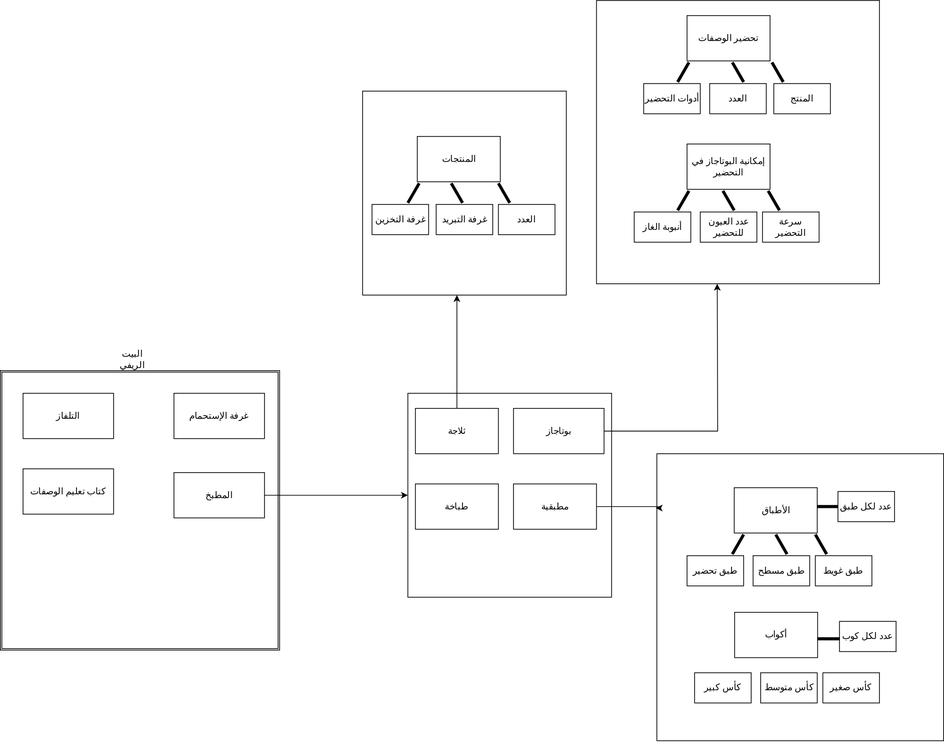
The draw.io diagram بيت الريف.svg in mahmoud-y0usef/chefo-uml, before a commit. Source tidied: cells renumbered, new cells last; positions are measured from the earlier drawing's top-left corner, leaving out a move shared by most shapes.
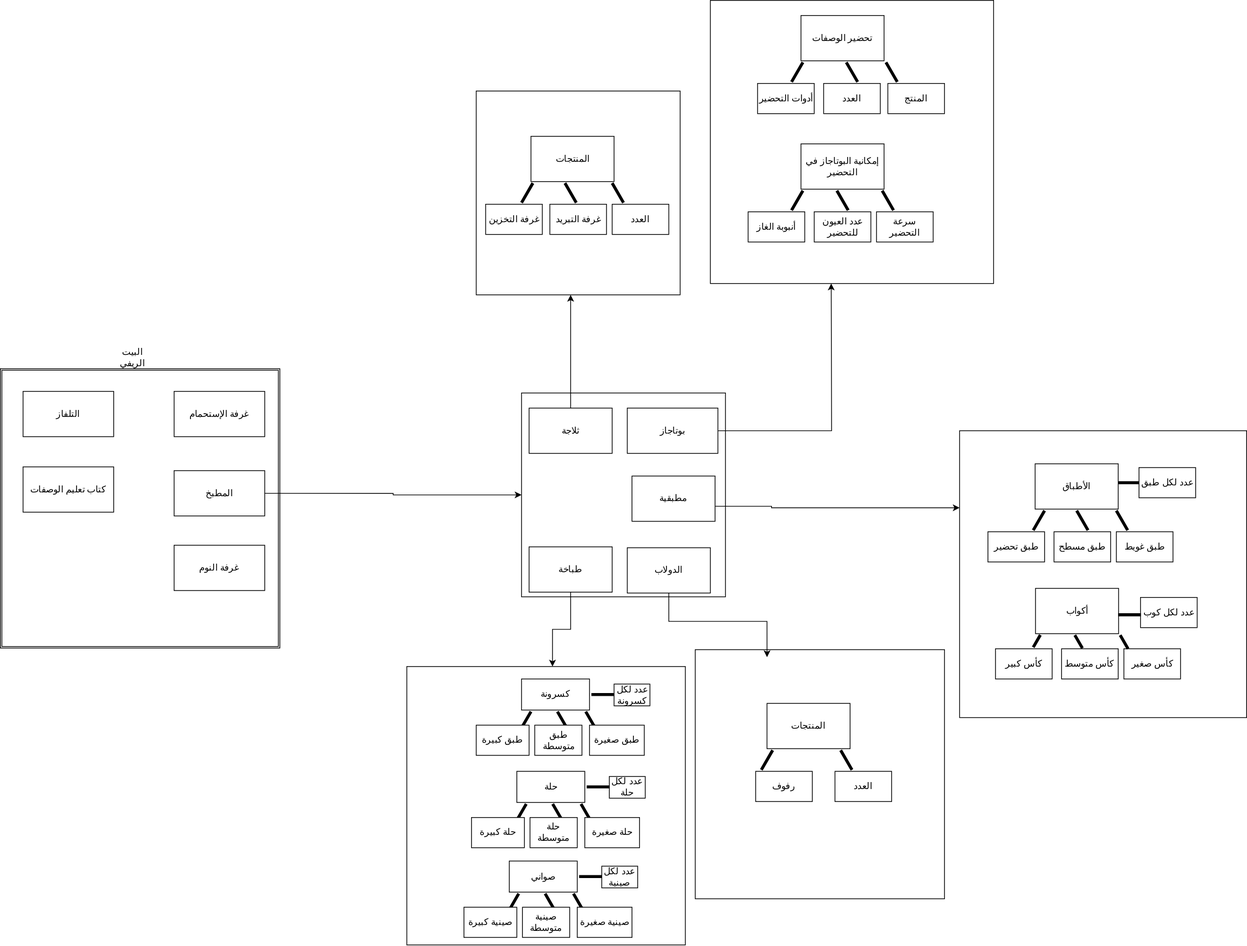
After the commit.

The edit, as a diff of the source:
```diff
@@ -3,25 +3,25 @@
     <mxCell id="0" />
     <mxCell id="1" parent="0" />
     <mxCell id="2" style="shape=ext;double=1;whiteSpace=wrap;html=1;labelBackgroundColor=none;" parent="1" vertex="1">
-      <mxGeometry y="490" width="370" height="370" as="geometry" />
+      <mxGeometry x="-150" y="487.9" width="370" height="370" as="geometry" />
     </mxCell>
     <mxCell id="3" value="البيت الريفي" style="text;html=1;strokeColor=none;fillColor=none;align=center;verticalAlign=middle;whiteSpace=wrap;rounded=0;labelBackgroundColor=none;" parent="1" vertex="1">
-      <mxGeometry x="145" y="460" width="60" height="30" as="geometry" />
+      <mxGeometry x="-5" y="457.9" width="60" height="30" as="geometry" />
     </mxCell>
     <mxCell id="4" value="غرفة الإستحمام" style="rounded=0;whiteSpace=wrap;html=1;labelBackgroundColor=none;" parent="1" vertex="1">
-      <mxGeometry x="230" y="520" width="120" height="60" as="geometry" />
+      <mxGeometry x="80" y="517.9" width="120" height="60" as="geometry" />
     </mxCell>
     <mxCell id="5" value="التلفاز" style="rounded=0;whiteSpace=wrap;html=1;labelBackgroundColor=none;" parent="1" vertex="1">
-      <mxGeometry x="30" y="520" width="120" height="60" as="geometry" />
+      <mxGeometry x="-120" y="517.9" width="120" height="60" as="geometry" />
     </mxCell>
     <mxCell id="6" style="edgeStyle=orthogonalEdgeStyle;rounded=0;jettySize=auto;html=1;exitX=1;exitY=0.5;exitDx=0;exitDy=0;entryX=0;entryY=0.5;entryDx=0;entryDy=0;labelBackgroundColor=none;fontColor=default;" parent="1" edge="1" source="7" target="10">
       <mxGeometry relative="1" as="geometry" />
     </mxCell>
     <mxCell id="7" value="المطبخ" style="rounded=0;whiteSpace=wrap;html=1;labelBackgroundColor=none;" parent="1" vertex="1">
-      <mxGeometry x="230" y="625" width="120" height="60" as="geometry" />
+      <mxGeometry x="80" y="622.9" width="120" height="60" as="geometry" />
     </mxCell>
     <mxCell id="8" value="كتاب تعليم الوصفات" style="rounded=0;whiteSpace=wrap;html=1;labelBackgroundColor=none;" parent="1" vertex="1">
-      <mxGeometry x="30" y="620" width="120" height="60" as="geometry" />
+      <mxGeometry x="-120" y="617.9" width="120" height="60" as="geometry" />
     </mxCell>
     <mxCell id="9" style="edgeStyle=orthogonalEdgeStyle;rounded=0;orthogonalLoop=1;jettySize=auto;html=1;exitX=0.5;exitY=1;exitDx=0;exitDy=0;labelBackgroundColor=none;fontColor=default;" parent="1" edge="1" source="2" target="2">
       <mxGeometry relative="1" as="geometry" />
@@ -58,10 +58,10 @@
       <mxGeometry x="910" y="20" width="110" height="60" as="geometry" />
     </mxCell>
     <mxCell id="19" value="طباخة" style="rounded=0;whiteSpace=wrap;html=1;labelBackgroundColor=none;" parent="1" vertex="1">
-      <mxGeometry x="550" y="640" width="110" height="60" as="geometry" />
+      <mxGeometry x="550" y="723.8" width="110" height="60" as="geometry" />
     </mxCell>
     <mxCell id="20" value="مطبقية" style="rounded=0;whiteSpace=wrap;html=1;labelBackgroundColor=none;" parent="1" vertex="1">
-      <mxGeometry x="680" y="640" width="110" height="60" as="geometry" />
+      <mxGeometry x="686.2" y="630" width="110" height="60" as="geometry" />
     </mxCell>
     <mxCell id="21" value="إمكانية البوتاجاز في التحضير" style="rounded=0;whiteSpace=wrap;html=1;labelBackgroundColor=none;" parent="1" vertex="1">
       <mxGeometry x="910" y="190" width="110" height="60" as="geometry" />
@@ -121,63 +121,191 @@
       <mxGeometry x="542.5" y="240" width="10" height="30" as="geometry" />
     </mxCell>
     <mxCell id="40" style="whiteSpace=wrap;html=1;labelBackgroundColor=none;" parent="1" vertex="1">
-      <mxGeometry x="870" y="600" width="380" height="380" as="geometry" />
+      <mxGeometry x="1120" y="570" width="380" height="380" as="geometry" />
     </mxCell>
-    <mxCell id="41" style="edgeStyle=orthogonalEdgeStyle;rounded=0;jettySize=auto;html=1;entryX=-0.004;entryY=0.189;entryDx=0;entryDy=0;entryPerimeter=0;labelBackgroundColor=none;fontColor=default;" parent="1" edge="1" source="20" target="40">
+    <mxCell id="41" style="edgeStyle=orthogonalEdgeStyle;rounded=0;jettySize=auto;html=1;labelBackgroundColor=none;fontColor=default;" parent="1" edge="1" source="20">
       <mxGeometry relative="1" as="geometry">
+        <mxPoint x="1120" y="672" as="targetPoint" />
         <Array as="points">
           <mxPoint x="871" y="670" />
           <mxPoint x="871" y="672" />
+          <mxPoint x="1120" y="672" />
         </Array>
       </mxGeometry>
     </mxCell>
-    <mxCell id="42" style="edgeStyle=orthogonalEdgeStyle;rounded=0;orthogonalLoop=1;jettySize=auto;html=1;exitX=0.5;exitY=1;exitDx=0;exitDy=0;labelBackgroundColor=none;fontColor=default;" parent="1" edge="1" source="40" target="40">
-      <mxGeometry relative="1" as="geometry" />
+    <mxCell id="42" style="edgeStyle=orthogonalEdgeStyle;rounded=0;orthogonalLoop=1;jettySize=auto;html=1;exitX=0.5;exitY=1;exitDx=0;exitDy=0;labelBackgroundColor=none;fontColor=default;" parent="1" edge="1">
+      <mxGeometry relative="1" as="geometry">
+        <mxPoint x="1287.5" y="948.8" as="sourcePoint" />
+        <mxPoint x="1287.5" y="948.8" as="targetPoint" />
+      </mxGeometry>
     </mxCell>
     <mxCell id="43" value="الأطباق" style="rounded=0;whiteSpace=wrap;html=1;labelBackgroundColor=none;" parent="1" vertex="1">
-      <mxGeometry x="972.5" y="645" width="110" height="60" as="geometry" />
+      <mxGeometry x="1220" y="613.8" width="110" height="60" as="geometry" />
     </mxCell>
     <mxCell id="44" style="line;strokeWidth=4;direction=south;html=1;perimeter=backbonePerimeter;rotation=-30;labelBackgroundColor=none;" parent="1" vertex="1">
-      <mxGeometry x="1082.5" y="705" width="10" height="30" as="geometry" />
+      <mxGeometry x="1330" y="673.8" width="10" height="30" as="geometry" />
     </mxCell>
     <mxCell id="45" style="line;strokeWidth=4;direction=south;html=1;perimeter=backbonePerimeter;rotation=-30;labelBackgroundColor=none;" parent="1" vertex="1">
-      <mxGeometry x="1030" y="705" width="10" height="30" as="geometry" />
+      <mxGeometry x="1277.5" y="673.8" width="10" height="30" as="geometry" />
     </mxCell>
     <mxCell id="46" style="line;strokeWidth=4;direction=south;html=1;perimeter=backbonePerimeter;rotation=30;labelBackgroundColor=none;" parent="1" vertex="1">
-      <mxGeometry x="972.5" y="705" width="10" height="30" as="geometry" />
+      <mxGeometry x="1220" y="673.8" width="10" height="30" as="geometry" />
     </mxCell>
     <mxCell id="47" value="طبق مسطح" style="whiteSpace=wrap;html=1;rounded=0;labelBackgroundColor=none;" parent="1" vertex="1">
-      <mxGeometry x="997.5" y="735" width="75" height="40" as="geometry" />
+      <mxGeometry x="1245" y="703.8" width="75" height="40" as="geometry" />
     </mxCell>
     <mxCell id="48" value="طبق غويط" style="whiteSpace=wrap;html=1;rounded=0;labelBackgroundColor=none;" parent="1" vertex="1">
-      <mxGeometry x="1080" y="735" width="75" height="40" as="geometry" />
+      <mxGeometry x="1327.5" y="703.8" width="75" height="40" as="geometry" />
     </mxCell>
     <mxCell id="49" value="طبق تحضير" style="whiteSpace=wrap;html=1;rounded=0;labelBackgroundColor=none;" parent="1" vertex="1">
-      <mxGeometry x="910" y="735" width="75" height="40" as="geometry" />
+      <mxGeometry x="1157.5" y="703.8" width="75" height="40" as="geometry" />
     </mxCell>
     <mxCell id="50" value="أكواب" style="rounded=0;whiteSpace=wrap;html=1;labelBackgroundColor=none;" parent="1" vertex="1">
-      <mxGeometry x="973" y="810" width="110" height="60" as="geometry" />
+      <mxGeometry x="1220.5" y="778.8" width="110" height="60" as="geometry" />
     </mxCell>
     <mxCell id="51" value="كأس متوسط" style="whiteSpace=wrap;html=1;rounded=0;labelBackgroundColor=none;" parent="1" vertex="1">
-      <mxGeometry x="1007.5" y="890" width="75" height="40" as="geometry" />
+      <mxGeometry x="1255" y="858.8" width="75" height="40" as="geometry" />
     </mxCell>
     <mxCell id="52" value="كأس صغير" style="whiteSpace=wrap;html=1;rounded=0;labelBackgroundColor=none;" parent="1" vertex="1">
-      <mxGeometry x="1090" y="890" width="75" height="40" as="geometry" />
+      <mxGeometry x="1337.5" y="858.8" width="75" height="40" as="geometry" />
     </mxCell>
     <mxCell id="53" value="كأس كبير" style="whiteSpace=wrap;html=1;rounded=0;labelBackgroundColor=none;" parent="1" vertex="1">
-      <mxGeometry x="920" y="890" width="75" height="40" as="geometry" />
+      <mxGeometry x="1167.5" y="858.8" width="75" height="40" as="geometry" />
     </mxCell>
     <mxCell id="54" style="line;strokeWidth=4;direction=south;html=1;perimeter=backbonePerimeter;rotation=-90;labelBackgroundColor=none;" parent="1" vertex="1">
-      <mxGeometry x="1092.5" y="655" width="10" height="30" as="geometry" />
+      <mxGeometry x="1340" y="623.8" width="10" height="30" as="geometry" />
     </mxCell>
     <mxCell id="55" value="عدد لكل طبق" style="whiteSpace=wrap;html=1;rounded=0;labelBackgroundColor=none;" parent="1" vertex="1">
-      <mxGeometry x="1110" y="650" width="75" height="40" as="geometry" />
+      <mxGeometry x="1357.5" y="618.8" width="75" height="40" as="geometry" />
     </mxCell>
     <mxCell id="56" value="عدد لكل كوب" style="whiteSpace=wrap;html=1;rounded=0;labelBackgroundColor=none;" parent="1" vertex="1">
-      <mxGeometry x="1112" y="822" width="75" height="40" as="geometry" />
+      <mxGeometry x="1359.5" y="790.8" width="75" height="40" as="geometry" />
     </mxCell>
     <mxCell id="57" style="line;strokeWidth=4;direction=south;html=1;perimeter=backbonePerimeter;rotation=-90;labelBackgroundColor=none;" parent="1" vertex="1">
-      <mxGeometry x="1092.5" y="830" width="10" height="30" as="geometry" />
+      <mxGeometry x="1340" y="798.8" width="10" height="30" as="geometry" />
     </mxCell>
+    <mxCell id="58" value="الدولاب" style="rounded=0;whiteSpace=wrap;html=1;labelBackgroundColor=none;" parent="1" vertex="1">
+      <mxGeometry x="680" y="725" width="110" height="60" as="geometry" />
+    </mxCell>
+    <mxCell id="59" style="whiteSpace=wrap;html=1;labelBackgroundColor=none;" parent="1" vertex="1">
+      <mxGeometry x="770" y="860" width="330" height="330" as="geometry" />
+    </mxCell>
+    <mxCell id="60" style="edgeStyle=orthogonalEdgeStyle;rounded=0;jettySize=auto;html=1;entryX=0.288;entryY=0.03;entryDx=0;entryDy=0;entryPerimeter=0;" parent="1" edge="1" source="58" target="59">
+      <mxGeometry relative="1" as="geometry" />
+    </mxCell>
+    <mxCell id="61" value="المنتجات" style="rounded=0;whiteSpace=wrap;html=1;labelBackgroundColor=none;" parent="1" vertex="1">
+      <mxGeometry x="865" y="931.2" width="110" height="60" as="geometry" />
+    </mxCell>
+    <mxCell id="62" value="رفوف" style="whiteSpace=wrap;html=1;rounded=0;labelBackgroundColor=none;" parent="1" vertex="1">
+      <mxGeometry x="850" y="1021.2" width="75" height="40" as="geometry" />
+    </mxCell>
+    <mxCell id="63" value="العدد" style="whiteSpace=wrap;html=1;rounded=0;labelBackgroundColor=none;" parent="1" vertex="1">
+      <mxGeometry x="955" y="1021.2" width="75" height="40" as="geometry" />
+    </mxCell>
+    <mxCell id="64" style="line;strokeWidth=4;direction=south;html=1;perimeter=backbonePerimeter;rotation=30;labelBackgroundColor=none;" parent="1" vertex="1">
+      <mxGeometry x="860" y="991.2" width="10" height="30" as="geometry" />
+    </mxCell>
+    <mxCell id="65" style="line;strokeWidth=4;direction=south;html=1;perimeter=backbonePerimeter;rotation=-30;labelBackgroundColor=none;" parent="1" vertex="1">
+      <mxGeometry x="965" y="991.2" width="10" height="30" as="geometry" />
+    </mxCell>
+    <mxCell id="66" style="whiteSpace=wrap;html=1;labelBackgroundColor=none;" parent="1" vertex="1">
+      <mxGeometry x="388.1" y="882.4" width="368.8" height="368.8" as="geometry" />
+    </mxCell>
+    <mxCell id="67" value="غرفة النوم" style="rounded=0;whiteSpace=wrap;html=1;labelBackgroundColor=none;" parent="1" vertex="1">
+      <mxGeometry x="80" y="721.7" width="120" height="60" as="geometry" />
+    </mxCell>
+    <mxCell id="68" style="line;strokeWidth=4;direction=south;html=1;perimeter=backbonePerimeter;rotation=-30;labelBackgroundColor=none;" parent="1" vertex="1">
+      <mxGeometry x="1332.8" y="839.4" width="10" height="20.8" as="geometry" />
+    </mxCell>
+    <mxCell id="69" style="line;strokeWidth=4;direction=south;html=1;perimeter=backbonePerimeter;rotation=-30;labelBackgroundColor=none;" parent="1" vertex="1">
+      <mxGeometry x="1272.6" y="839.4" width="10" height="20.1" as="geometry" />
+    </mxCell>
+    <mxCell id="70" style="line;strokeWidth=4;direction=south;html=1;perimeter=backbonePerimeter;rotation=30;labelBackgroundColor=none;" parent="1" vertex="1">
+      <mxGeometry x="1217.2" y="839.2" width="10" height="18.8" as="geometry" />
+    </mxCell>
+    <mxCell id="71" style="edgeStyle=orthogonalEdgeStyle;rounded=0;jettySize=auto;html=1;entryX=0.523;entryY=0;entryDx=0;entryDy=0;entryPerimeter=0;" parent="1" edge="1" source="19" target="66">
+      <mxGeometry relative="1" as="geometry" />
+    </mxCell>
+    <mxCell id="72" value="كسرونة" style="rounded=0;whiteSpace=wrap;html=1;labelBackgroundColor=none;" parent="1" vertex="1">
+      <mxGeometry x="540" y="898.8" width="90" height="41.2" as="geometry" />
+    </mxCell>
+    <mxCell id="73" style="line;strokeWidth=4;direction=south;html=1;perimeter=backbonePerimeter;rotation=-30;labelBackgroundColor=none;" parent="1" vertex="1">
+      <mxGeometry x="627.5" y="940" width="10" height="30" as="geometry" />
+    </mxCell>
+    <mxCell id="74" style="line;strokeWidth=4;direction=south;html=1;perimeter=backbonePerimeter;rotation=-30;labelBackgroundColor=none;" parent="1" vertex="1">
+      <mxGeometry x="590" y="940" width="10" height="30" as="geometry" />
+    </mxCell>
+    <mxCell id="75" style="line;strokeWidth=4;direction=south;html=1;perimeter=backbonePerimeter;rotation=30;labelBackgroundColor=none;" parent="1" vertex="1">
+      <mxGeometry x="540" y="940" width="10" height="30" as="geometry" />
+    </mxCell>
+    <mxCell id="76" value="طبق متوسطة" style="whiteSpace=wrap;html=1;rounded=0;labelBackgroundColor=none;" parent="1" vertex="1">
+      <mxGeometry x="557.5" y="960" width="62.5" height="40" as="geometry" />
+    </mxCell>
+    <mxCell id="77" value="طبق صغيرة" style="whiteSpace=wrap;html=1;rounded=0;labelBackgroundColor=none;" parent="1" vertex="1">
+      <mxGeometry x="630" y="960" width="72.5" height="40" as="geometry" />
+    </mxCell>
+    <mxCell id="78" value="طبق كبيرة" style="whiteSpace=wrap;html=1;rounded=0;labelBackgroundColor=none;" parent="1" vertex="1">
+      <mxGeometry x="480" y="960" width="70" height="40" as="geometry" />
+    </mxCell>
+    <mxCell id="79" style="line;strokeWidth=4;direction=south;html=1;perimeter=backbonePerimeter;rotation=-90;labelBackgroundColor=none;" parent="1" vertex="1">
+      <mxGeometry x="642.5" y="904.4" width="10" height="30" as="geometry" />
+    </mxCell>
+    <mxCell id="80" value="عدد لكل كسرونة" style="whiteSpace=wrap;html=1;rounded=0;labelBackgroundColor=none;" parent="1" vertex="1">
+      <mxGeometry x="662.5" y="905.6" width="47.5" height="28.8" as="geometry" />
+    </mxCell>
+    <mxCell id="81" value="حلة" style="rounded=0;whiteSpace=wrap;html=1;labelBackgroundColor=none;" parent="1" vertex="1">
+      <mxGeometry x="533.8" y="1021.2" width="90" height="41.2" as="geometry" />
+    </mxCell>
+    <mxCell id="82" style="line;strokeWidth=4;direction=south;html=1;perimeter=backbonePerimeter;rotation=-30;labelBackgroundColor=none;" parent="1" vertex="1">
+      <mxGeometry x="621.2" y="1062.4" width="10" height="30" as="geometry" />
+    </mxCell>
+    <mxCell id="83" style="line;strokeWidth=4;direction=south;html=1;perimeter=backbonePerimeter;rotation=-30;labelBackgroundColor=none;" parent="1" vertex="1">
+      <mxGeometry x="583.8" y="1062.4" width="10" height="30" as="geometry" />
+    </mxCell>
+    <mxCell id="84" style="line;strokeWidth=4;direction=south;html=1;perimeter=backbonePerimeter;rotation=30;labelBackgroundColor=none;" parent="1" vertex="1">
+      <mxGeometry x="533.8" y="1062.4" width="10" height="30" as="geometry" />
+    </mxCell>
+    <mxCell id="85" value="حلة متوسطة" style="whiteSpace=wrap;html=1;rounded=0;labelBackgroundColor=none;" parent="1" vertex="1">
+      <mxGeometry x="551.2" y="1082.4" width="62.5" height="40" as="geometry" />
+    </mxCell>
+    <mxCell id="86" value="حلة صغيرة" style="whiteSpace=wrap;html=1;rounded=0;labelBackgroundColor=none;" parent="1" vertex="1">
+      <mxGeometry x="623.8" y="1082.4" width="72.5" height="40" as="geometry" />
+    </mxCell>
+    <mxCell id="87" value="حلة كبيرة" style="whiteSpace=wrap;html=1;rounded=0;labelBackgroundColor=none;" parent="1" vertex="1">
+      <mxGeometry x="473.8" y="1082.4" width="70" height="40" as="geometry" />
+    </mxCell>
+    <mxCell id="88" style="line;strokeWidth=4;direction=south;html=1;perimeter=backbonePerimeter;rotation=-90;labelBackgroundColor=none;" parent="1" vertex="1">
+      <mxGeometry x="636.2" y="1026.8" width="10" height="30" as="geometry" />
+    </mxCell>
+    <mxCell id="89" value="عدد لكل حلة" style="whiteSpace=wrap;html=1;rounded=0;labelBackgroundColor=none;" parent="1" vertex="1">
+      <mxGeometry x="656.2" y="1027.9" width="47.5" height="28.8" as="geometry" />
+    </mxCell>
+    <mxCell id="90" value="صواني" style="rounded=0;whiteSpace=wrap;html=1;labelBackgroundColor=none;" parent="1" vertex="1">
+      <mxGeometry x="523.8" y="1140" width="90" height="41.2" as="geometry" />
+    </mxCell>
+    <mxCell id="91" style="line;strokeWidth=4;direction=south;html=1;perimeter=backbonePerimeter;rotation=-30;labelBackgroundColor=none;" parent="1" vertex="1">
+      <mxGeometry x="611.2" y="1181.2" width="10" height="30" as="geometry" />
+    </mxCell>
+    <mxCell id="92" style="line;strokeWidth=4;direction=south;html=1;perimeter=backbonePerimeter;rotation=-30;labelBackgroundColor=none;" parent="1" vertex="1">
+      <mxGeometry x="573.8" y="1181.2" width="10" height="30" as="geometry" />
+    </mxCell>
+    <mxCell id="93" style="line;strokeWidth=4;direction=south;html=1;perimeter=backbonePerimeter;rotation=30;labelBackgroundColor=none;" parent="1" vertex="1">
+      <mxGeometry x="523.8" y="1181.2" width="10" height="30" as="geometry" />
+    </mxCell>
+    <mxCell id="94" value="صينية متوسطة" style="whiteSpace=wrap;html=1;rounded=0;labelBackgroundColor=none;" parent="1" vertex="1">
+      <mxGeometry x="541.2" y="1201.2" width="62.5" height="40" as="geometry" />
+    </mxCell>
+    <mxCell id="95" value="صينية صغيرة" style="whiteSpace=wrap;html=1;rounded=0;labelBackgroundColor=none;" parent="1" vertex="1">
+      <mxGeometry x="613.8" y="1201.2" width="72.5" height="40" as="geometry" />
+    </mxCell>
+    <mxCell id="96" value="صينية كبيرة" style="whiteSpace=wrap;html=1;rounded=0;labelBackgroundColor=none;" parent="1" vertex="1">
+      <mxGeometry x="463.8" y="1201.2" width="70" height="40" as="geometry" />
+    </mxCell>
+    <mxCell id="97" style="line;strokeWidth=4;direction=south;html=1;perimeter=backbonePerimeter;rotation=-90;labelBackgroundColor=none;" parent="1" vertex="1">
+      <mxGeometry x="626.2" y="1145.6" width="10" height="30" as="geometry" />
+    </mxCell>
+    <mxCell id="98" value="عدد لكل صينية" style="whiteSpace=wrap;html=1;rounded=0;labelBackgroundColor=none;" parent="1" vertex="1">
+      <mxGeometry x="646.2" y="1146.8" width="47.5" height="28.8" as="geometry" />
+    </mxCell>
   </root>
 </mxGraphModel>
```
